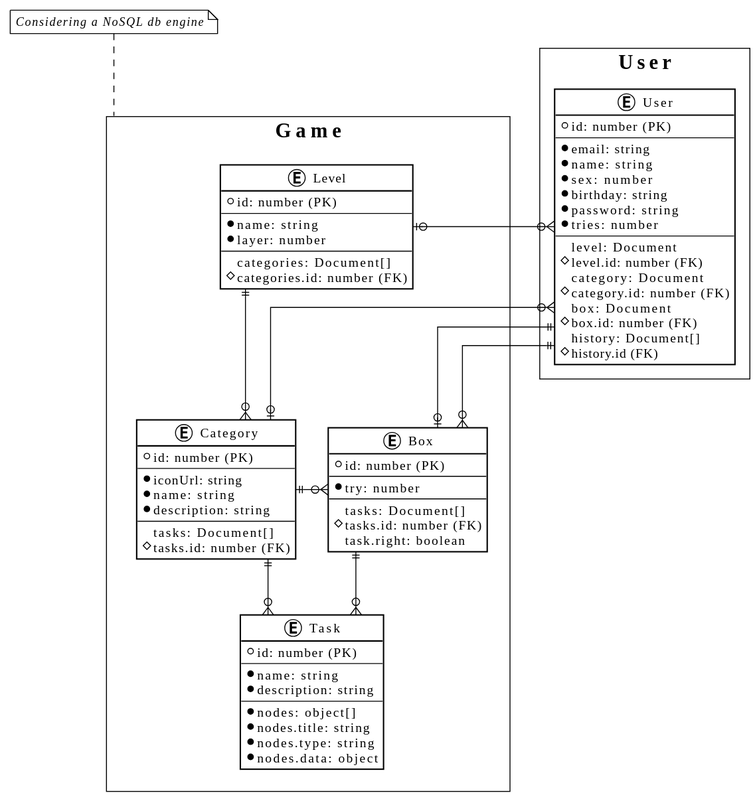
This is exported/database/er/er.svg from CITEI/Comunika, a PlantUML export, as it was before one commit.
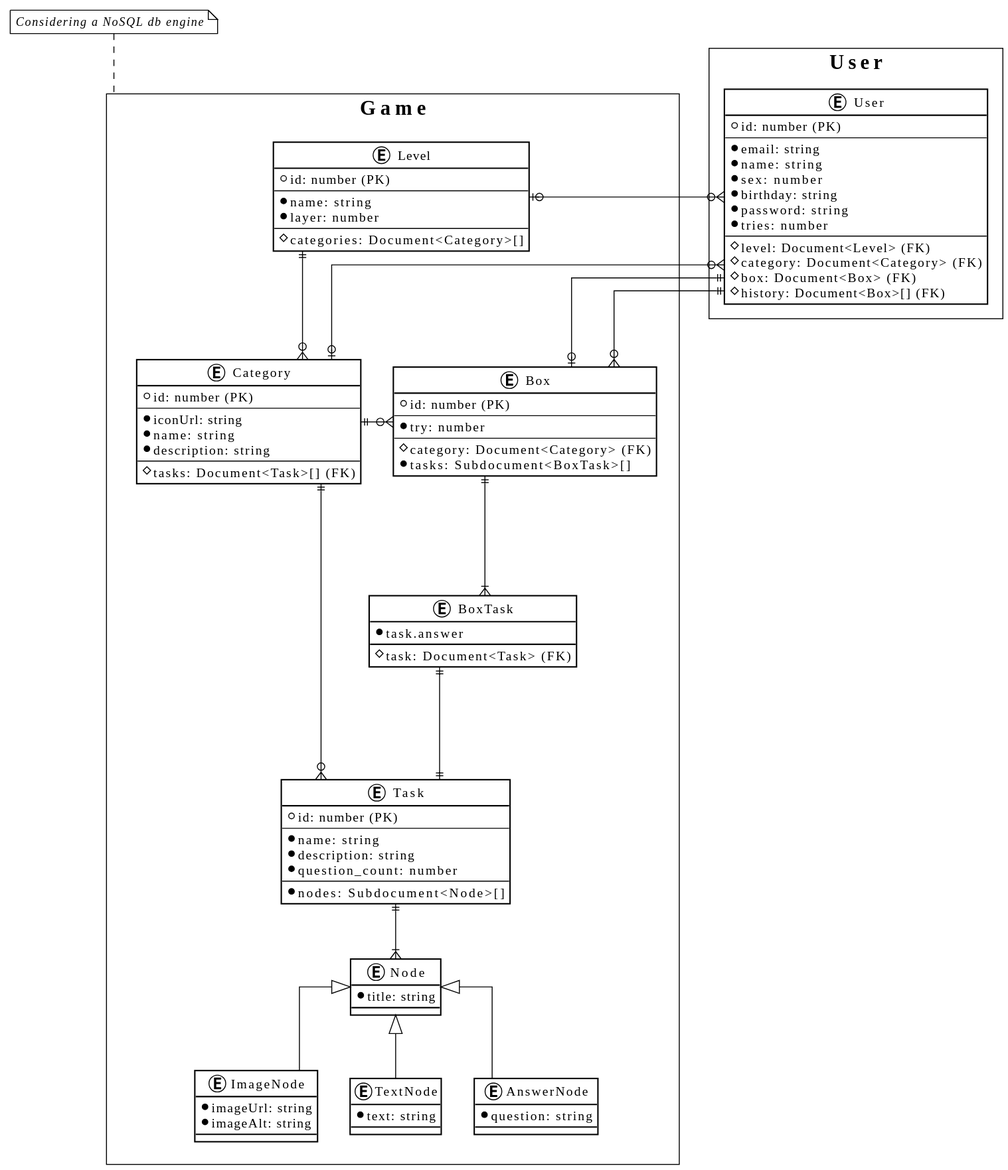
Above is the later version.

Commit message:
Improved er semantic and added utilitary fields

* Added question_count to task

* Added subdocument semantic

* Removed document.id references

What changed in the source:
```diff
@@ -10,8 +10,7 @@
     * name: string
     * layer: number
     --
-    categories: Document[]
-    # categories.id: number (FK)
+    # categories: Document<Category>[]
   }
 
   entity Category {
@@ -21,8 +20,7 @@
     * name: string
     * description: string
     --
-    tasks: Document[]
-    # tasks.id: number (FK)
+    # tasks: Document<Task>[] (FK)
   }
 
   entity Task {
@@ -30,11 +28,26 @@
     --
     * name: string
     * description: string
+    * question_count: number
     --
-    * nodes: object[]
-    * nodes.title: string
-    * nodes.type: string
-    * nodes.data: object
+    * nodes: Subdocument<Node>[]
+  }
+
+  entity Node {
+    * title: string
+  }
+
+  entity ImageNode extends Node {
+    * imageUrl: string
+    * imageAlt: string
+  }
+
+  entity TextNode extends Node {
+    * text: string
+  }
+
+  entity AnswerNode extends Node {
+    * question: string
   }
 
   entity Box {
@@ -42,15 +55,21 @@
     --
     * try: number
     --
-    tasks: Document[]
-    # tasks.id: number (FK)
-    task.right: boolean
+    # category: Document<Category> (FK)
+    * tasks: Subdocument<BoxTask>[]
   }
 
-  Level ||-d-o{ Category
-  Category ||-d-o{ Task
+  entity BoxTask {
+    # task: Document<Task> (FK)
+    * task.answer
+  }
+
+  Level ||--o{ Category
+  Category ||---o{ Task
   Box }o-r-|| Category
-  Box ||-d-o{ Task
+  Box ||---|{ BoxTask
+  BoxTask ||---|| Task
+  Task ||-d-|{ Node
 }
 
 note top of Game
@@ -69,14 +88,10 @@
     * password: string
     * tries: number
     --
-    level: Document
-    # level.id: number (FK)
-    category: Document
-    # category.id: number (FK)
-    box: Document
-    # box.id: number (FK)
-    history: Document[]
-    # history.id (FK)
+    # level: Document<Level> (FK)
+    # category: Document<Category> (FK)
+    # box: Document<Box> (FK)
+    # history: Document<Box>[] (FK)
   }
 
   User }o-o| Level
```
